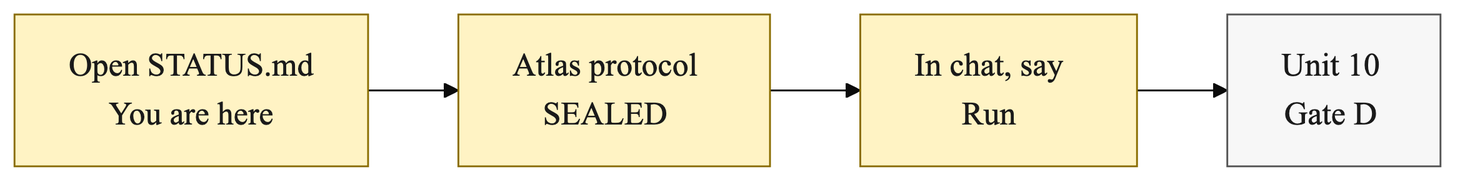
Above: docs/diagrams/what-to-run.png in cauld/scendo (Mermaid), before the change. Its source is kept beside it as docs/diagrams/what-to-run.mmd.
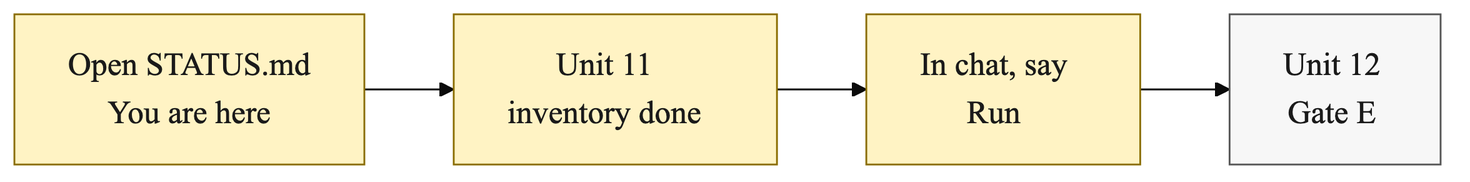
The same diagram one commit later.

The edit, as a diff of the source:
```diff
@@ -1,8 +1,8 @@
 %%{init: {"theme": "base", "themeVariables": {"fontSize": "18px", "fontFamily": "Helvetica, Arial, sans-serif"}} }%%
 flowchart LR
-  A["Open STATUS.md<br/>You are here"] --> B["Atlas protocol<br/>SEALED"]
+  A["Open STATUS.md<br/>You are here"] --> B["Unit 11<br/>inventory done"]
   B --> C["In chat, say<br/>Run"]
-  C --> D["Unit 10<br/>Gate D"]
+  C --> D["Unit 12<br/>Gate E"]
 
   classDef now fill:#FFF3C4,stroke:#8A6D00,color:#1A1A1A
   classDef step fill:#F7F7F7,stroke:#555555,color:#1A1A1A
```
